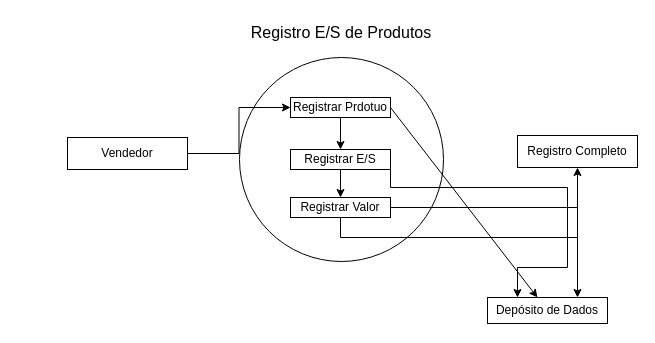
Above: page "Página-1" (1 of 15) of diagramas.drawio.xml in JoaoRibeiro-V/BazarOnline (draw.io), before the change. Source tidied: cells renumbered, new cells numbered last; positions are measured from the earlier drawing's top-left corner, leaving out a move shared by most shapes. Both pictures are drawn from the tidied source at 100%, with x=0, y=0 at pixel (67, 17).
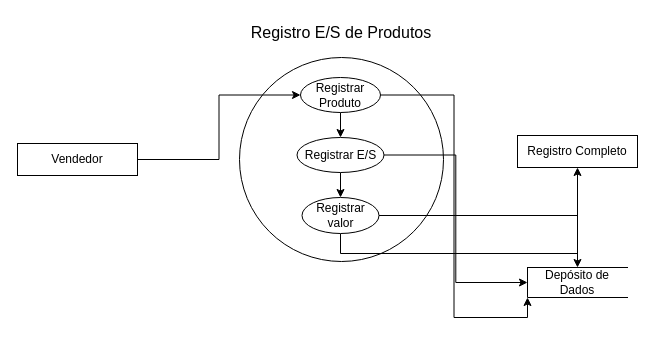
The same page after the edit.

Commit message (it also covers changes not shown here):
Atualizando alguns documentos

Change to the diagram source:
```diff
@@
 <mxGraphModel>
   <root>
     <mxCell id="0" />
     <mxCell id="1" parent="0" />
     <mxCell id="2" style="ellipse;whiteSpace=wrap;html=1;" parent="1" vertex="1">
       <mxGeometry x="172" y="40" width="204" height="204" as="geometry" />
     </mxCell>
     <mxCell id="3" value="Registro E/S de Produtos" style="text;html=1;align=center;verticalAlign=middle;whiteSpace=wrap;rounded=0;fontSize=16;" parent="1" vertex="1">
       <mxGeometry x="179" width="190" height="30" as="geometry" />
     </mxCell>
-    <mxCell id="4" style="edgeStyle=orthogonalEdgeStyle;rounded=0;jettySize=auto;html=1;" parent="1" edge="1" source="5" target="9">
-      <mxGeometry relative="1" as="geometry" />
-    </mxCell>
-    <mxCell id="5" value="Registrar Prdotuo" style="rounded=0;whiteSpace=wrap;html=1;" parent="1" vertex="1">
-      <mxGeometry x="223" y="80" width="100" height="20" as="geometry" />
-    </mxCell>
-    <mxCell id="6" value="Depósito de Dados" style="rounded=0;whiteSpace=wrap;html=1;" parent="1" vertex="1">
-      <mxGeometry x="420" y="280" width="120" height="26" as="geometry" />
-    </mxCell>
-    <mxCell id="7" style="edgeStyle=orthogonalEdgeStyle;rounded=0;jettySize=auto;html=1;exitX=0.5;exitY=1;exitDx=0;exitDy=0;entryX=0.5;entryY=0;entryDx=0;entryDy=0;" parent="1" edge="1" source="9" target="12">
-      <mxGeometry relative="1" as="geometry" />
-    </mxCell>
+    <mxCell id="10" style="edgeStyle=orthogonalEdgeStyle;rounded=0;jettySize=auto;html=1;exitX=0.5;exitY=1;exitDx=0;exitDy=0;entryX=0.5;entryY=1;entryDx=0;entryDy=0;" parent="1" edge="1" source="24" target="15">
+      <mxGeometry relative="1" as="geometry" />
+    </mxCell>
+    <mxCell id="17" style="edgeStyle=orthogonalEdgeStyle;rounded=0;jettySize=auto;html=1;exitX=1;exitY=0.5;exitDx=0;exitDy=0;entryX=0;entryY=0.5;entryDx=0;entryDy=0;" parent="1" edge="1" source="14" target="20">
+      <mxGeometry relative="1" as="geometry" />
+    </mxCell>
+    <mxCell id="14" value="Vendedor" style="rounded=0;whiteSpace=wrap;html=1;" parent="1" vertex="1">
+      <mxGeometry x="-50" y="126" width="120" height="32" as="geometry" />
+    </mxCell>
+    <mxCell id="15" value="Registro Completo" style="rounded=0;whiteSpace=wrap;html=1;" parent="1" vertex="1">
+      <mxGeometry x="450" y="118" width="120" height="32" as="geometry" />
+    </mxCell>
+    <mxCell id="18" style="edgeStyle=orthogonalEdgeStyle;rounded=0;jettySize=auto;html=1;exitX=0.5;exitY=1;exitDx=0;exitDy=0;entryX=0.5;entryY=0;entryDx=0;entryDy=0;" parent="1" edge="1" source="20" target="9">
+      <mxGeometry relative="1" as="geometry" />
+    </mxCell>
+    <mxCell id="19" style="edgeStyle=orthogonalEdgeStyle;rounded=0;jettySize=auto;html=1;exitX=1;exitY=0.5;exitDx=0;exitDy=0;entryX=0;entryY=1;entryDx=0;entryDy=0;" parent="1" edge="1" source="20" target="6">
+      <mxGeometry relative="1" as="geometry" />
+    </mxCell>
+    <mxCell id="20" value="Registrar Produto" style="ellipse;whiteSpace=wrap;html=1;" parent="1" vertex="1">
+      <mxGeometry x="233" y="60" width="80" height="35" as="geometry" />
+    </mxCell>
+    <mxCell id="21" style="edgeStyle=orthogonalEdgeStyle;rounded=0;jettySize=auto;html=1;entryX=0.5;entryY=0;entryDx=0;entryDy=0;" parent="1" edge="1" source="9" target="24">
+      <mxGeometry relative="1" as="geometry" />
+    </mxCell>
-    <mxCell id="8" style="edgeStyle=orthogonalEdgeStyle;rounded=0;jettySize=auto;html=1;exitX=1;exitY=1;exitDx=0;exitDy=0;entryX=0.25;entryY=0;entryDx=0;entryDy=0;" parent="1" edge="1" source="9" target="6">
-      <mxGeometry relative="1" as="geometry">
-        <Array as="points">
-          <mxPoint x="323" y="170" />
-          <mxPoint x="500" y="170" />
-          <mxPoint x="500" y="250" />
-          <mxPoint x="450" y="250" />
-        </Array>
-      </mxGeometry>
+    <mxCell id="8" style="edgeStyle=orthogonalEdgeStyle;rounded=0;jettySize=auto;html=1;exitX=1;exitY=0.5;exitDx=0;exitDy=0;entryX=0;entryY=0.5;entryDx=0;entryDy=0;" parent="1" edge="1" source="9" target="6">
+      <mxGeometry relative="1" as="geometry" />
     </mxCell>
-    <mxCell id="9" value="Registrar E/S" style="rounded=0;whiteSpace=wrap;html=1;" parent="1" vertex="1">
-      <mxGeometry x="223" y="132" width="100" height="20" as="geometry" />
+    <mxCell id="9" value="Registrar E/S" style="ellipse;whiteSpace=wrap;html=1;" parent="1" vertex="1">
+      <mxGeometry x="229.5" y="120" width="87" height="35" as="geometry" />
     </mxCell>
-    <mxCell id="10" style="edgeStyle=orthogonalEdgeStyle;rounded=0;jettySize=auto;html=1;exitX=0.5;exitY=1;exitDx=0;exitDy=0;entryX=0.5;entryY=1;entryDx=0;entryDy=0;" parent="1" edge="1" source="12" target="15">
-      <mxGeometry relative="1" as="geometry" />
-    </mxCell>
-    <mxCell id="11" style="edgeStyle=orthogonalEdgeStyle;rounded=0;jettySize=auto;html=1;entryX=0.75;entryY=0;entryDx=0;entryDy=0;" parent="1" edge="1" source="12" target="6">
-      <mxGeometry relative="1" as="geometry" />
-    </mxCell>
-    <mxCell id="12" value="Registrar Valor" style="rounded=0;whiteSpace=wrap;html=1;" parent="1" vertex="1">
-      <mxGeometry x="223" y="180" width="100" height="20" as="geometry" />
-    </mxCell>
-    <mxCell id="13" style="edgeStyle=orthogonalEdgeStyle;rounded=0;jettySize=auto;html=1;entryX=0;entryY=0.5;entryDx=0;entryDy=0;" parent="1" edge="1" source="14" target="5">
-      <mxGeometry relative="1" as="geometry" />
-    </mxCell>
-    <mxCell id="14" value="Vendedor" style="rounded=0;whiteSpace=wrap;html=1;" parent="1" vertex="1">
-      <mxGeometry y="120" width="120" height="32" as="geometry" />
-    </mxCell>
-    <mxCell id="15" value="Registro Completo" style="rounded=0;whiteSpace=wrap;html=1;" parent="1" vertex="1">
-      <mxGeometry x="450" y="118" width="120" height="32" as="geometry" />
-    </mxCell>
-    <mxCell id="16" style="endArrow=classic;html=1;rounded=0;exitX=1;exitY=0.5;exitDx=0;exitDy=0;" parent="1" edge="1" source="5" target="6">
-      <mxGeometry relative="1" as="geometry" />
-    </mxCell>
+    <mxCell id="22" style="edgeStyle=orthogonalEdgeStyle;rounded=0;jettySize=auto;html=1;exitX=0.5;exitY=1;exitDx=0;exitDy=0;entryX=0.5;entryY=1;entryDx=0;entryDy=0;" parent="1" edge="1" target="24">
+      <mxGeometry relative="1" as="geometry">
+        <mxPoint x="273" y="200" as="sourcePoint" />
+      </mxGeometry>
+    </mxCell>
+    <mxCell id="23" style="edgeStyle=orthogonalEdgeStyle;rounded=0;jettySize=auto;html=1;exitX=1;exitY=0.5;exitDx=0;exitDy=0;entryX=0.5;entryY=0;entryDx=0;entryDy=0;" parent="1" edge="1" source="24" target="6">
+      <mxGeometry relative="1" as="geometry" />
+    </mxCell>
+    <mxCell id="24" value="Registrar valor" style="ellipse;whiteSpace=wrap;html=1;" parent="1" vertex="1">
+      <mxGeometry x="234.5" y="180" width="77" height="36" as="geometry" />
+    </mxCell>
+    <mxCell id="6" value="Depósito de Dados" style="html=1;dashed=0;whiteSpace=wrap;shape=partialRectangle;right=0;" parent="1" vertex="1">
+      <mxGeometry x="460" y="250" width="100" height="30" as="geometry" />
+    </mxCell>
   </root>
 </mxGraphModel>
```
